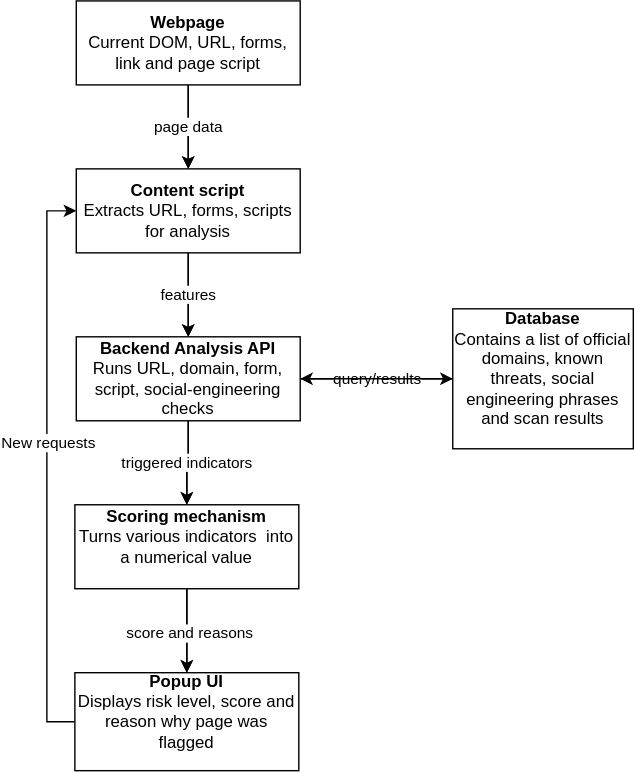
Above: System Diagram.drawio.svg in ryantk27/fallproject (draw.io), before the change. Source tidied: cells renumbered, new cells last; positions are measured from the earlier drawing's top-left corner, leaving out a move shared by most shapes.
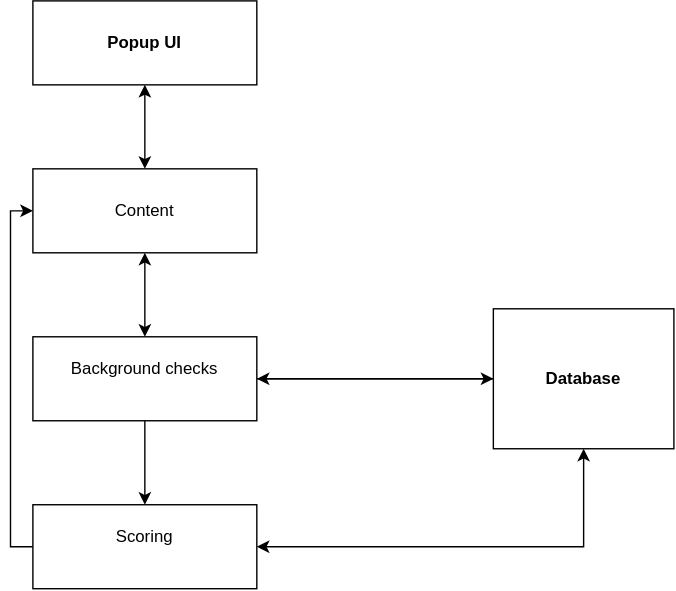
After the change.

Diff of the diagram source:
```diff
@@ -2,62 +2,46 @@
   <root>
     <mxCell id="0" />
     <mxCell id="1" parent="0" />
-    <mxCell id="2" style="edgeStyle=orthogonalEdgeStyle;rounded=0;jettySize=auto;html=1;strokeColor=light-dark(#000000,#000000);" parent="1" edge="1" source="4" target="7">
-      <mxGeometry relative="1" as="geometry" />
-    </mxCell>
-    <mxCell id="3" value="page data" style="edgeStyle=orthogonalEdgeStyle;rounded=0;jettySize=auto;html=1;exitX=0.5;exitY=1;exitDx=0;exitDy=0;entryX=0.5;entryY=0;entryDx=0;entryDy=0;" parent="1" edge="1" source="4" target="7">
-      <mxGeometry relative="1" as="geometry" />
-    </mxCell>
-    <mxCell id="4" value="&lt;b&gt;Webpage&lt;/b&gt;&lt;div&gt;Current DOM, URL, forms, link and page script&lt;/div&gt;" style="rounded=0;whiteSpace=wrap;html=1;" parent="1" vertex="1">
+    <mxCell id="4" value="&lt;b&gt;Popup UI&lt;/b&gt;" style="rounded=0;whiteSpace=wrap;html=1;" parent="1" vertex="1">
       <mxGeometry x="1" width="160" height="60" as="geometry" />
     </mxCell>
-    <mxCell id="5" style="edgeStyle=orthogonalEdgeStyle;rounded=0;jettySize=auto;html=1;strokeColor=light-dark(#000000,#000000);" parent="1" edge="1" source="7" target="11">
-      <mxGeometry relative="1" as="geometry" />
-    </mxCell>
-    <mxCell id="6" value="features" style="edgeStyle=orthogonalEdgeStyle;rounded=0;jettySize=auto;html=1;entryX=0.5;entryY=0;entryDx=0;entryDy=0;" parent="1" edge="1" source="7" target="11">
-      <mxGeometry relative="1" as="geometry" />
-    </mxCell>
-    <mxCell id="7" value="&lt;b&gt;Content script&lt;/b&gt;&lt;div&gt;Extracts URL, forms, scripts for analysis&lt;/div&gt;" style="rounded=0;whiteSpace=wrap;html=1;" parent="1" vertex="1">
+    <mxCell id="7" value="Content" style="rounded=0;whiteSpace=wrap;html=1;" parent="1" vertex="1">
       <mxGeometry x="1" y="120" width="160" height="60" as="geometry" />
     </mxCell>
-    <mxCell id="8" style="edgeStyle=orthogonalEdgeStyle;rounded=0;jettySize=auto;html=1;strokeColor=light-dark(#000000,#000000);" parent="1" edge="1" source="11" target="15">
-      <mxGeometry relative="1" as="geometry" />
-    </mxCell>
-    <mxCell id="9" value="triggered indicators" style="edgeStyle=orthogonalEdgeStyle;rounded=0;jettySize=auto;html=1;entryX=0.5;entryY=0;entryDx=0;entryDy=0;" parent="1" edge="1" source="11" target="15">
-      <mxGeometry relative="1" as="geometry" />
-    </mxCell>
-    <mxCell id="10" value="query/results" style="edgeStyle=orthogonalEdgeStyle;rounded=0;jettySize=auto;html=1;exitX=1;exitY=0.5;exitDx=0;exitDy=0;entryX=0;entryY=0.5;entryDx=0;entryDy=0;" parent="1" edge="1" source="11" target="20">
+    <mxCell id="10" style="edgeStyle=orthogonalEdgeStyle;rounded=0;jettySize=auto;html=1;exitX=1;exitY=0.5;exitDx=0;exitDy=0;entryX=0;entryY=0.5;entryDx=0;entryDy=0;" parent="1" edge="1" source="11" target="20">
       <mxGeometry x="0.01" relative="1" as="geometry" />
     </mxCell>
+    <mxCell id="21" style="edgeStyle=orthogonalEdgeStyle;rounded=0;jettySize=auto;html=1;" parent="1" edge="1" source="11" target="15">
+      <mxGeometry relative="1" as="geometry" />
+    </mxCell>
-    <mxCell id="11" value="&lt;div&gt;&lt;b&gt;Backend Analysis API&lt;/b&gt;&lt;/div&gt;&lt;div&gt;Runs URL, domain, form, script, social-engineering checks&lt;/div&gt;" style="rounded=0;whiteSpace=wrap;html=1;" parent="1" vertex="1">
+    <mxCell id="11" value="Background checks&lt;div&gt;&lt;br&gt;&lt;/div&gt;" style="rounded=0;whiteSpace=wrap;html=1;" parent="1" vertex="1">
       <mxGeometry x="1" y="240" width="160" height="60" as="geometry" />
     </mxCell>
-    <mxCell id="12" style="edgeStyle=orthogonalEdgeStyle;rounded=0;jettySize=auto;html=1;strokeColor=light-dark(#000000,#000000);" parent="1" edge="1" source="15" target="18">
-      <mxGeometry relative="1" as="geometry" />
-    </mxCell>
-    <mxCell id="13" style="edgeStyle=orthogonalEdgeStyle;rounded=0;jettySize=auto;html=1;entryX=0.5;entryY=0;entryDx=0;entryDy=0;" parent="1" edge="1" source="15" target="18">
-      <mxGeometry relative="1" as="geometry" />
-    </mxCell>
-    <mxCell id="14" value="score and reasons" style="edgeLabel;html=1;align=center;verticalAlign=middle;" parent="13" vertex="1">
-      <mxGeometry x="0.03" y="1" relative="1" as="geometry" />
-    </mxCell>
+    <mxCell id="22" style="edgeStyle=orthogonalEdgeStyle;rounded=0;jettySize=auto;html=1;entryX=0;entryY=0.5;entryDx=0;entryDy=0;libavoidRouting=1;" parent="1" edge="1" source="15" target="7">
+      <mxGeometry relative="1" as="geometry">
+        <Array as="points">
+          <mxPoint x="-15" y="390" />
+          <mxPoint x="-15" y="150" />
+        </Array>
+      </mxGeometry>
+    </mxCell>
-    <mxCell id="15" value="&lt;b&gt;Scoring mechanism&lt;/b&gt;&lt;div&gt;Turns various indicators &amp;nbsp;into a numerical value&lt;/div&gt;&lt;div&gt;&lt;br&gt;&lt;/div&gt;" style="rounded=0;whiteSpace=wrap;html=1;" parent="1" vertex="1">
-      <mxGeometry y="360" width="160" height="60" as="geometry" />
+    <mxCell id="15" value="Scoring&lt;div&gt;&lt;br&gt;&lt;/div&gt;" style="rounded=0;whiteSpace=wrap;html=1;" parent="1" vertex="1">
+      <mxGeometry x="1" y="360" width="160" height="60" as="geometry" />
     </mxCell>
-    <mxCell id="16" style="edgeStyle=orthogonalEdgeStyle;rounded=0;jettySize=auto;html=1;exitX=0;exitY=0.5;exitDx=0;exitDy=0;entryX=0;entryY=0.5;entryDx=0;entryDy=0;" parent="1" edge="1" source="18" target="7">
-      <mxGeometry relative="1" as="geometry" />
-    </mxCell>
-    <mxCell id="17" value="New requests" style="edgeLabel;html=1;align=center;verticalAlign=middle;" parent="16" vertex="1">
-      <mxGeometry x="0.08" relative="1" as="geometry" />
-    </mxCell>
-    <mxCell id="18" value="&lt;b&gt;Popup UI&lt;/b&gt;&lt;div&gt;Displays risk level, score and reason why page was flagged&lt;/div&gt;&lt;div&gt;&lt;b&gt;&lt;br&gt;&lt;/b&gt;&lt;/div&gt;" style="rounded=0;whiteSpace=wrap;html=1;" parent="1" vertex="1">
-      <mxGeometry y="480" width="160" height="70" as="geometry" />
-    </mxCell>
     <mxCell id="19" style="edgeStyle=orthogonalEdgeStyle;rounded=0;jettySize=auto;html=1;" parent="1" edge="1" source="20" target="11">
       <mxGeometry relative="1" as="geometry" />
     </mxCell>
-    <mxCell id="20" value="&lt;b&gt;Database&lt;/b&gt;&lt;div&gt;Contains a list of official domains, known threats, social engineering phrases and scan results&lt;/div&gt;&lt;div&gt;&lt;br&gt;&lt;/div&gt;" style="whiteSpace=wrap;html=1;rounded=0;" parent="1" vertex="1">
-      <mxGeometry x="270" y="220" width="129" height="100" as="geometry" />
+    <mxCell id="20" value="&lt;b&gt;Database&lt;/b&gt;" style="whiteSpace=wrap;html=1;rounded=0;" parent="1" vertex="1">
+      <mxGeometry x="330" y="220" width="129" height="100" as="geometry" />
     </mxCell>
+    <mxCell id="23" style="endArrow=classic;startArrow=classic;html=1;rounded=0;exitX=0.5;exitY=1;exitDx=0;exitDy=0;entryX=0.5;entryY=0;entryDx=0;entryDy=0;" parent="1" edge="1" source="4" target="7">
+      <mxGeometry relative="1" as="geometry" />
+    </mxCell>
+    <mxCell id="24" style="endArrow=classic;startArrow=classic;html=1;rounded=0;entryX=0.5;entryY=1;entryDx=0;entryDy=0;exitX=0.5;exitY=0;exitDx=0;exitDy=0;" parent="1" edge="1" source="11" target="7">
+      <mxGeometry relative="1" as="geometry" />
+    </mxCell>
+    <mxCell id="25" style="endArrow=classic;startArrow=classic;html=1;rounded=0;exitX=1;exitY=0.5;exitDx=0;exitDy=0;entryX=0.5;entryY=1;entryDx=0;entryDy=0;edgeStyle=orthogonalEdgeStyle;" parent="1" edge="1" source="15" target="20">
+      <mxGeometry relative="1" as="geometry" />
+    </mxCell>
   </root>
 </mxGraphModel>
```
